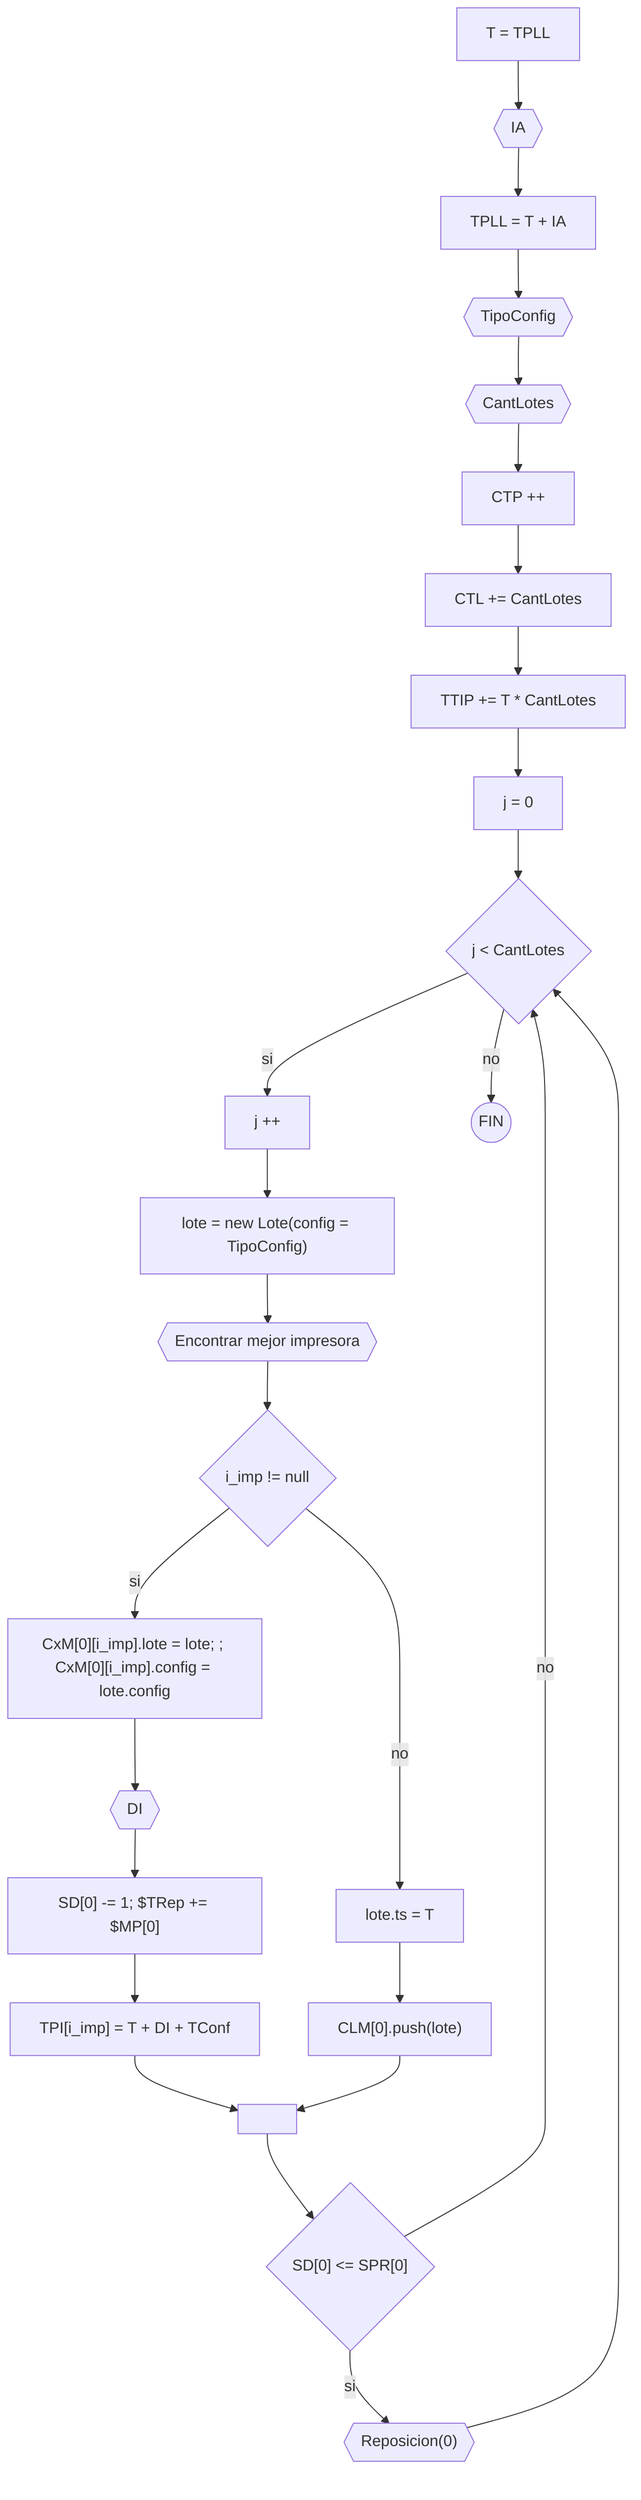
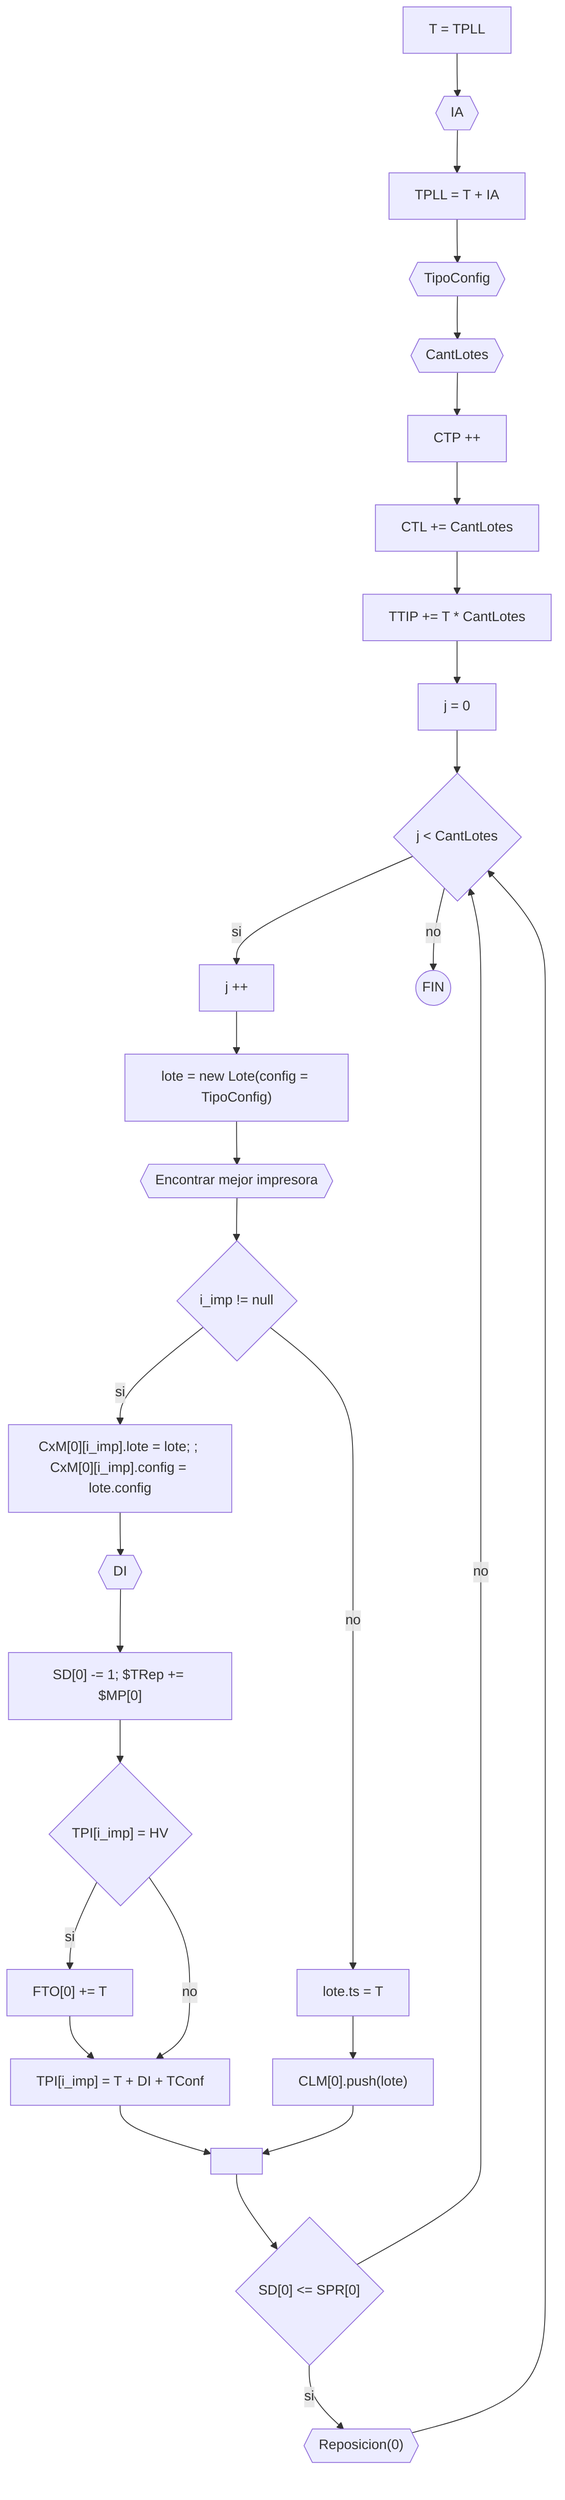
flowchart TD
    direction TD
    a[T = TPLL] --> b{{IA}} --> c[TPLL = T + IA] --> d0{{TipoConfig}} --> d{{CantLotes}}
    d --> d1[CTP ++] --> d2[CTL += CantLotes] --> d3["TTIP += T * CantLotes"] --> bb[j = 0]
    bb --> iff{"j < CantLotes"}
    iff --> |si| cc[j ++] --> lote["lote = new Lote(config = TipoConfig)"] --> z1{{Encontrar mejor impresora}} --> f{"i_imp != null"}
    iff --> |no| fin((FIN))
-     f --> |si| z2["CxM[0][i_imp].lote = lote; ; CxM[0][i_imp].config = lote.config"] --> g{{DI}} --> s0["SD[0] -= 1; $TRep += $MP[0]"] --> i["TPI[i_imp] = T + DI + TConf"] --> j[" "]
+     f --> |si| z2["CxM[0][i_imp].lote = lote; ; CxM[0][i_imp].config = lote.config"] --> g{{DI}} --> s0["SD[0] -= 1; $TRep += $MP[0]"] --> i1{"TPI[i_imp] = HV"} --> |si| i2["FTO[0] += T"] --> i
+     i1 --> |no| i["TPI[i_imp] = T + DI + TConf"]
+     --> j[" "]
    f --> |no| z9["lote.ts = T"] --> h["CLM[0].push(lote)"]

    h --> j --> if3
    if3{"SD[0] <= SPR[0]"} --> |si| r{{"Reposicion(0)"}} --> iff
    if3 --> |no| iff

